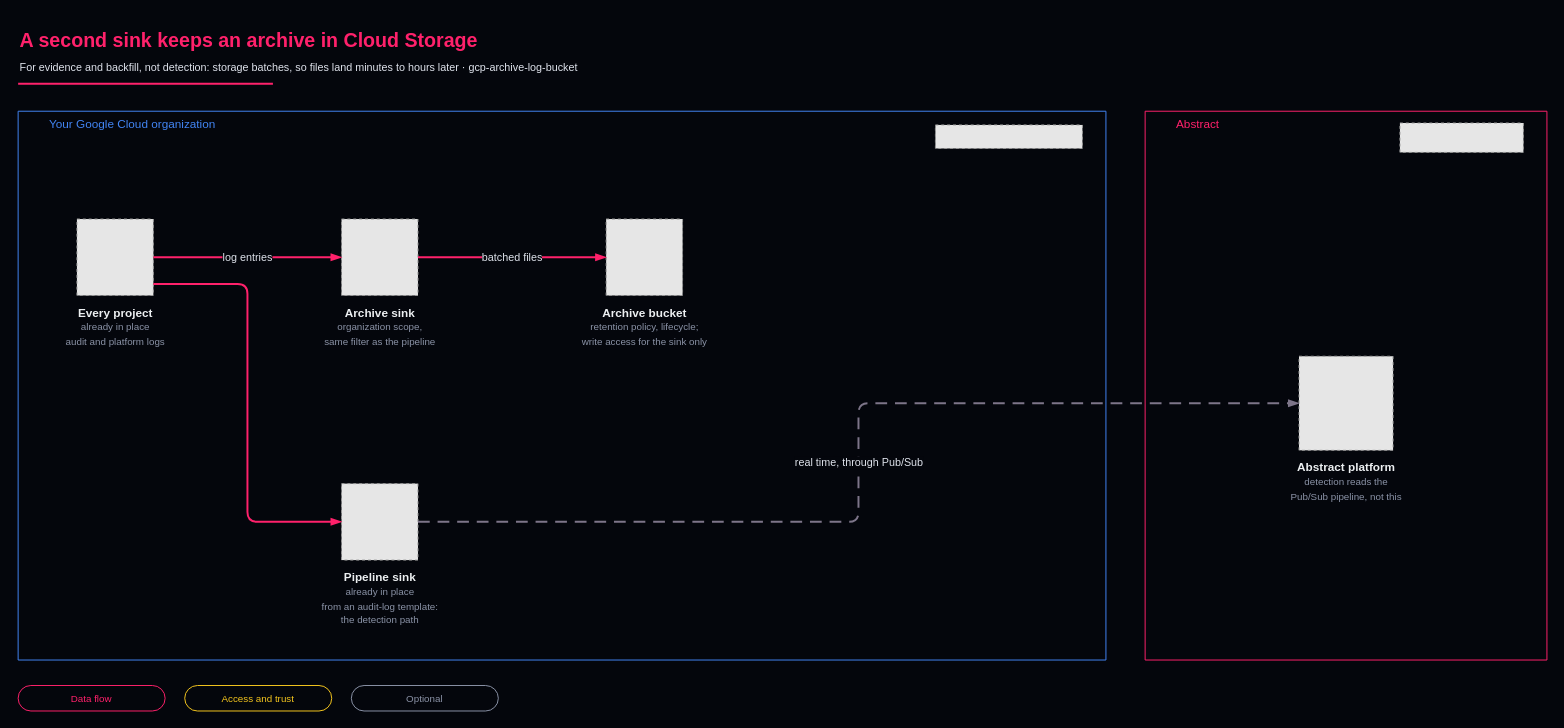
This is templates/gcp/gcp-archive-log-bucket/diagram.drawio from IamABS3C/abstract-cloud-templates, a draw.io file, before an edit. Source tidied: cells renumbered, new cells numbered last; positions are measured from the earlier drawing's top-left corner, leaving out a move shared by most shapes. Both pictures are drawn from the tidied source at 98%, with x=0, y=0 at pixel (18, 17). Pictures stored in the file or linked from it are replaced by grey dashed boxes.
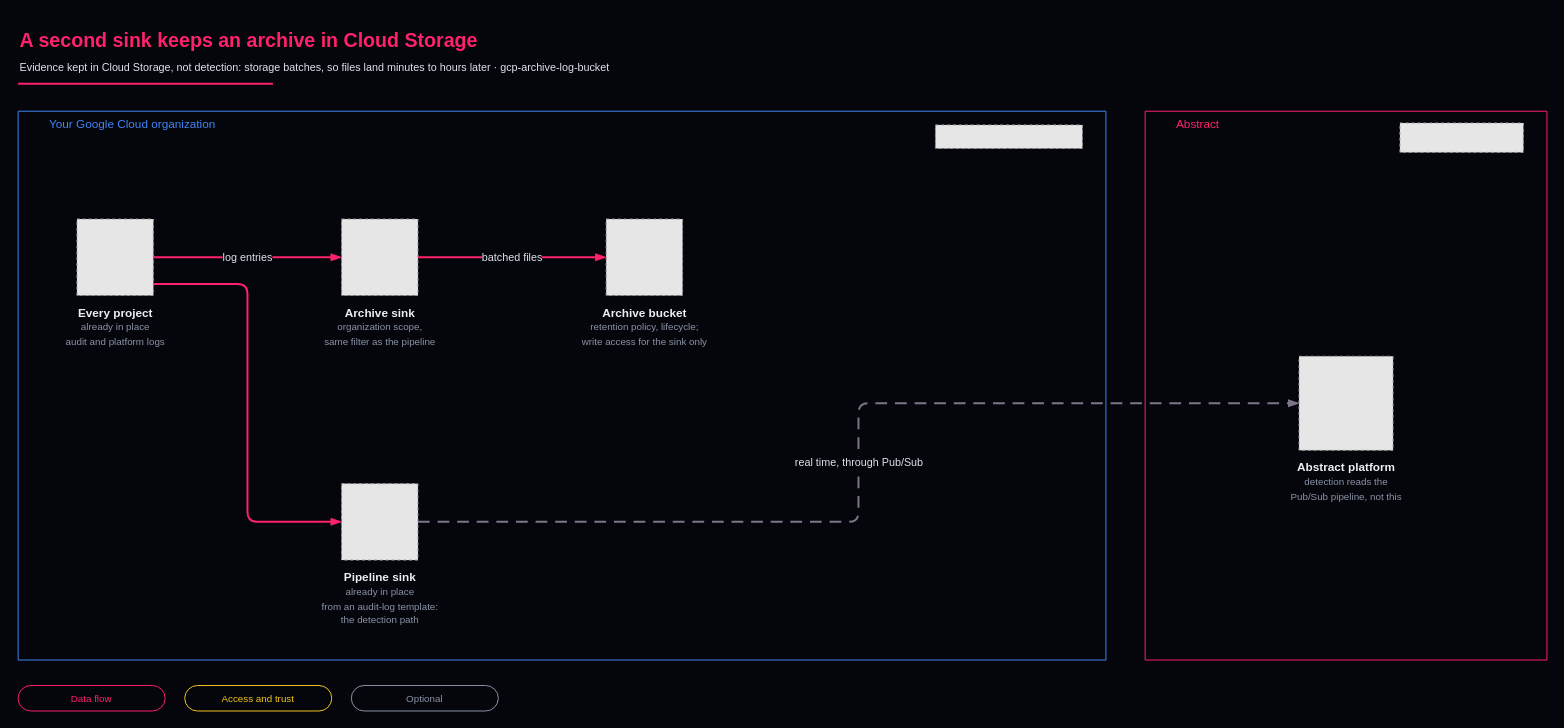
The same diagram, later.

Diff of the diagram source:
```diff
@@
 <mxGraphModel background="#04060c">
   <root>
     <mxCell id="0" />
     <mxCell id="1" parent="0" />
     <mxCell id="2" value="Your Google Cloud organization" style="gradientColor=none;html=1;whiteSpace=wrap;fontSize=12;fontStyle=0;shape=mxgraph.aws4.group;grStroke=1;strokeColor=#4285F4;fillColor=none;verticalAlign=top;fontColor=#4285F4;align=left;spacingLeft=30;" parent="1" vertex="1">
       <mxGeometry y="96" width="1110" height="560" as="geometry" />
     </mxCell>
     <mxCell id="3" value="Abstract" style="gradientColor=none;html=1;whiteSpace=wrap;fontSize=12;fontStyle=0;shape=mxgraph.aws4.group;grStroke=1;strokeColor=#FF216B;fillColor=none;verticalAlign=top;fontColor=#FF216B;align=left;spacingLeft=30;" parent="1" vertex="1">
       <mxGeometry x="1150" y="96" width="410" height="560" as="geometry" />
     </mxCell>
     <mxCell id="4" style="fillColor=#E6E6E6;strokeColor=#999999;dashed=1;html=1;verticalLabelPosition=bottom;verticalAlign=top;align=center;fontColor=#ECEFF1;fontSize=12;fontFamily=Barlow;spacingTop=4;" parent="2" vertex="1">
       <mxGeometry x="936" y="14" width="150" height="24" as="geometry" />
     </mxCell>
     <mxCell id="5" style="fillColor=#E6E6E6;strokeColor=#999999;dashed=1;html=1;verticalLabelPosition=bottom;verticalAlign=top;align=center;fontColor=#ECEFF1;fontSize=12;fontFamily=Barlow;spacingTop=4;" parent="3" vertex="1">
       <mxGeometry x="260" y="12" width="126" height="30" as="geometry" />
     </mxCell>
     <mxCell id="6" value="&lt;b&gt;Abstract platform&lt;/b&gt;&lt;br&gt;&lt;span style='font-size:10px;color:#8b93a7'&gt;detection reads the&lt;br&gt;Pub/Sub pipeline, not this&lt;/span&gt;" style="fillColor=#E6E6E6;strokeColor=#999999;dashed=1;html=1;verticalLabelPosition=bottom;verticalAlign=top;align=center;fontColor=#ECEFF1;fontSize=12;fontFamily=Barlow;spacingTop=4;" parent="3" vertex="1">
       <mxGeometry x="157" y="250" width="96" height="96" as="geometry" />
     </mxCell>
     <mxCell id="7" value="&lt;b&gt;Every project&lt;/b&gt;&lt;br&gt;&lt;span style='font-size:10px;color:#8b93a7'&gt;already in place&lt;br&gt;audit and platform logs&lt;/span&gt;" style="fillColor=#E6E6E6;strokeColor=#999999;dashed=1;html=1;verticalLabelPosition=bottom;verticalAlign=top;align=center;fontColor=#ECEFF1;fontSize=12;fontFamily=Barlow;spacingTop=4;" parent="2" vertex="1">
       <mxGeometry x="60" y="110" width="78" height="78" as="geometry" />
     </mxCell>
     <mxCell id="8" value="&lt;b&gt;Archive sink&lt;/b&gt;&lt;br&gt;&lt;span style='font-size:10px;color:#8b93a7'&gt;organization scope,&lt;br&gt;same filter as the pipeline&lt;/span&gt;" style="fillColor=#E6E6E6;strokeColor=#999999;dashed=1;html=1;verticalLabelPosition=bottom;verticalAlign=top;align=center;fontColor=#ECEFF1;fontSize=12;fontFamily=Barlow;spacingTop=4;" parent="2" vertex="1">
       <mxGeometry x="330" y="110" width="78" height="78" as="geometry" />
     </mxCell>
     <mxCell id="9" value="&lt;b&gt;Archive bucket&lt;/b&gt;&lt;br&gt;&lt;span style='font-size:10px;color:#8b93a7'&gt;retention policy, lifecycle;&lt;br&gt;write access for the sink only&lt;/span&gt;" style="fillColor=#E6E6E6;strokeColor=#999999;dashed=1;html=1;verticalLabelPosition=bottom;verticalAlign=top;align=center;fontColor=#ECEFF1;fontSize=12;fontFamily=Barlow;spacingTop=4;" parent="2" vertex="1">
       <mxGeometry x="600" y="110" width="78" height="78" as="geometry" />
     </mxCell>
     <mxCell id="10" value="&lt;b&gt;Pipeline sink&lt;/b&gt;&lt;br&gt;&lt;span style='font-size:10px;color:#8b93a7'&gt;already in place&lt;br&gt;from an audit-log template:&lt;br&gt;the detection path&lt;/span&gt;" style="fillColor=#E6E6E6;strokeColor=#999999;dashed=1;html=1;verticalLabelPosition=bottom;verticalAlign=top;align=center;fontColor=#ECEFF1;fontSize=12;fontFamily=Barlow;spacingTop=4;" parent="2" vertex="1">
       <mxGeometry x="330" y="380" width="78" height="78" as="geometry" />
     </mxCell>
     <mxCell id="11" value="log entries" style="edgeStyle=orthogonalEdgeStyle;rounded=1;html=1;jettySize=auto;strokeColor=#FF216B;strokeWidth=2;fontColor=#dfe3ec;fontFamily=Barlow;fontSize=11;labelBackgroundColor=#04060c;endArrow=blockThin;endFill=1;exitX=1;exitY=0.5;exitDx=0;exitDy=0;entryX=0;entryY=0.5;entryDx=0;entryDy=0;" parent="1" edge="1" source="7" target="8">
       <mxGeometry relative="1" as="geometry" />
     </mxCell>
     <mxCell id="12" value="batched files" style="edgeStyle=orthogonalEdgeStyle;rounded=1;html=1;jettySize=auto;strokeColor=#FF216B;strokeWidth=2;fontColor=#dfe3ec;fontFamily=Barlow;fontSize=11;labelBackgroundColor=#04060c;endArrow=blockThin;endFill=1;exitX=1;exitY=0.5;exitDx=0;exitDy=0;entryX=0;entryY=0.5;entryDx=0;entryDy=0;" parent="1" edge="1" source="8" target="9">
       <mxGeometry relative="1" as="geometry" />
     </mxCell>
     <mxCell id="13" style="edgeStyle=orthogonalEdgeStyle;rounded=1;html=1;jettySize=auto;strokeColor=#FF216B;strokeWidth=2;fontColor=#dfe3ec;fontFamily=Barlow;fontSize=11;labelBackgroundColor=#04060c;endArrow=blockThin;endFill=1;exitX=1;exitY=0.85;exitDx=0;exitDy=0;entryX=0;entryY=0.5;entryDx=0;entryDy=0;" parent="1" edge="1" source="7" target="10">
       <mxGeometry relative="1" as="geometry" />
     </mxCell>
     <mxCell id="14" value="real time, through Pub/Sub" style="edgeStyle=orthogonalEdgeStyle;rounded=1;html=1;jettySize=auto;strokeColor=#7D7589;strokeWidth=2;fontColor=#dfe3ec;fontFamily=Barlow;fontSize=11;labelBackgroundColor=#04060c;endArrow=blockThin;endFill=1;exitX=1;exitY=0.5;exitDx=0;exitDy=0;entryX=0;entryY=0.5;entryDx=0;entryDy=0;dashed=1;dashPattern=6 4;" parent="1" edge="1" source="10" target="6">
       <mxGeometry relative="1" as="geometry" />
     </mxCell>
-    <mxCell id="15" value="&lt;span style='font-size:20px;color:#FF216B'&gt;&lt;b&gt;A second sink keeps an archive in Cloud Storage&lt;/b&gt;&lt;/span&gt;&lt;br&gt;&lt;span style='font-size:11px'&gt;For evidence and backfill, not detection: storage batches, so files land minutes to hours later   ·   gcp-archive-log-bucket&lt;/span&gt;" style="text;html=1;align=left;verticalAlign=middle;whiteSpace=wrap;fontFamily=Barlow Semi Condensed;fontColor=#dfe3ec;fontSize=20;" parent="1" vertex="1">
+    <mxCell id="15" value="&lt;span style='font-size:20px;color:#FF216B'&gt;&lt;b&gt;A second sink keeps an archive in Cloud Storage&lt;/b&gt;&lt;/span&gt;&lt;br&gt;&lt;span style='font-size:11px'&gt;Evidence kept in Cloud Storage, not detection: storage batches, so files land minutes to hours later   ·   gcp-archive-log-bucket&lt;/span&gt;" style="text;html=1;align=left;verticalAlign=middle;whiteSpace=wrap;fontFamily=Barlow Semi Condensed;fontColor=#dfe3ec;fontSize=20;" parent="1" vertex="1">
       <mxGeometry width="1200" height="70" as="geometry" />
     </mxCell>
     <mxCell id="16" style="line;strokeWidth=2;html=1;strokeColor=#FF216B;" parent="1" vertex="1">
       <mxGeometry y="64" width="260" height="8" as="geometry" />
     </mxCell>
     <mxCell id="17" value="Data flow" style="rounded=1;arcSize=50;html=1;whiteSpace=wrap;fillColor=#04060c;strokeColor=#FF216B;strokeWidth=1;fontColor=#FF216B;fontFamily=JetBrains Mono;fontSize=10;verticalAlign=middle;align=center;" parent="1" vertex="1">
       <mxGeometry y="682" width="150" height="26" as="geometry" />
     </mxCell>
     <mxCell id="18" value="Access and trust" style="rounded=1;arcSize=50;html=1;whiteSpace=wrap;fillColor=#04060c;strokeColor=#f5c61e;strokeWidth=1;fontColor=#f5c61e;fontFamily=JetBrains Mono;fontSize=10;verticalAlign=middle;align=center;" parent="1" vertex="1">
       <mxGeometry x="170" y="682" width="150" height="26" as="geometry" />
     </mxCell>
     <mxCell id="19" value="Optional" style="rounded=1;arcSize=50;html=1;whiteSpace=wrap;fillColor=#04060c;strokeColor=#8b93a7;strokeWidth=1;fontColor=#8b93a7;fontFamily=JetBrains Mono;fontSize=10;verticalAlign=middle;align=center;" parent="1" vertex="1">
       <mxGeometry x="340" y="682" width="150" height="26" as="geometry" />
     </mxCell>
   </root>
 </mxGraphModel>
```
